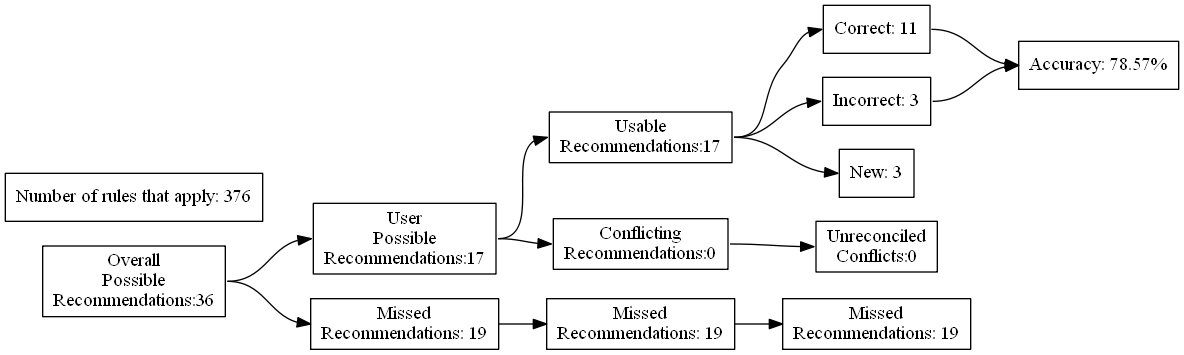
Above: test_renders/91.gv.png in ZaxR/ibd_diet_analysis (Graphviz), before the change. Its source is kept beside it as test_renders/91.gv.
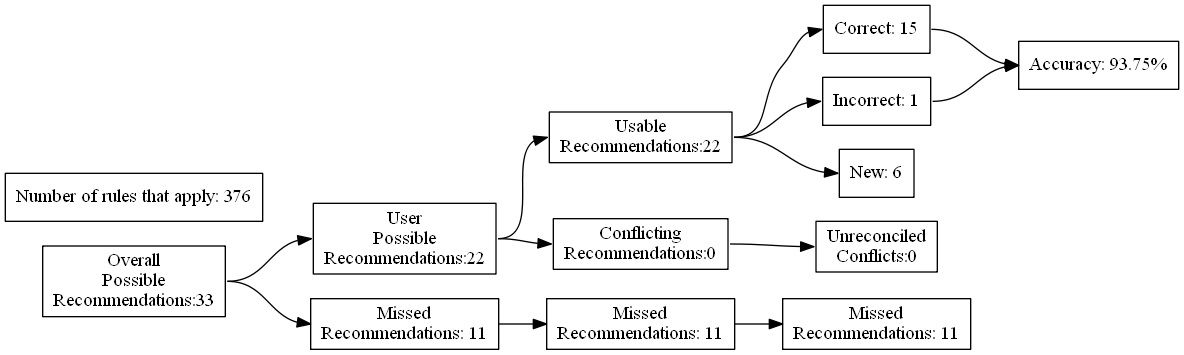
The same file after the commit.

Change to the diagram source:
```diff
@@ -4,26 +4,26 @@
 	edge [headport=w tailport=e]
 		A [label="Overall
 Possible
-Recommendations:36"]
+Recommendations:33"]
 		B [label="User
 Possible
-Recommendations:17"]
+Recommendations:22"]
 		C [label="Missed
-Recommendations: 19"]
+Recommendations: 11"]
 		D [label="Usable
-Recommendations:17"]
+Recommendations:22"]
 		E [label="Conflicting
 Recommendations:0"]
 		J [label="Missed
-Recommendations: 19"]
+Recommendations: 11"]
 		M [label="Unreconciled
 Conflicts:0"]
-		F [label="Correct: 11"]
-		G [label="Incorrect: 3"]
-		H [label="New: 3"]
+		F [label="Correct: 15"]
+		G [label="Incorrect: 1"]
+		H [label="New: 6"]
 		K [label="Missed
-Recommendations: 19"]
-		I [label="Accuracy: 78.57%"]
+Recommendations: 11"]
+		I [label="Accuracy: 93.75%"]
 		l [label="Number of rules that apply: 376"]
 			A -> B
 			A -> C
```
